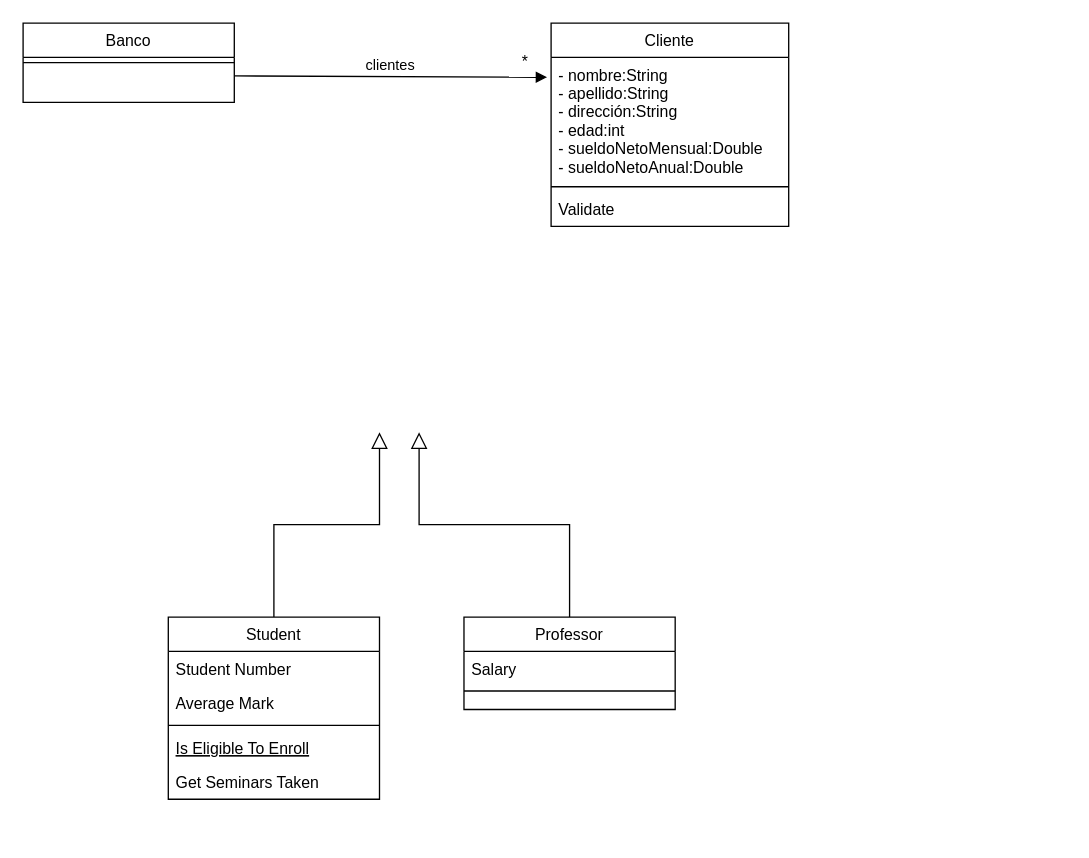
This is unq-po2-tp6-bancoYPrestamos.drawio from nhubczyk/Diagramas-UML, a draw.io file, before an edit. Source tidied: cells renumbered, new cells numbered last; positions are measured from the earlier drawing's top-left corner, leaving out a move shared by most shapes. Both pictures are drawn from the tidied source at 132%, with x=0, y=0 at pixel (22, 22).
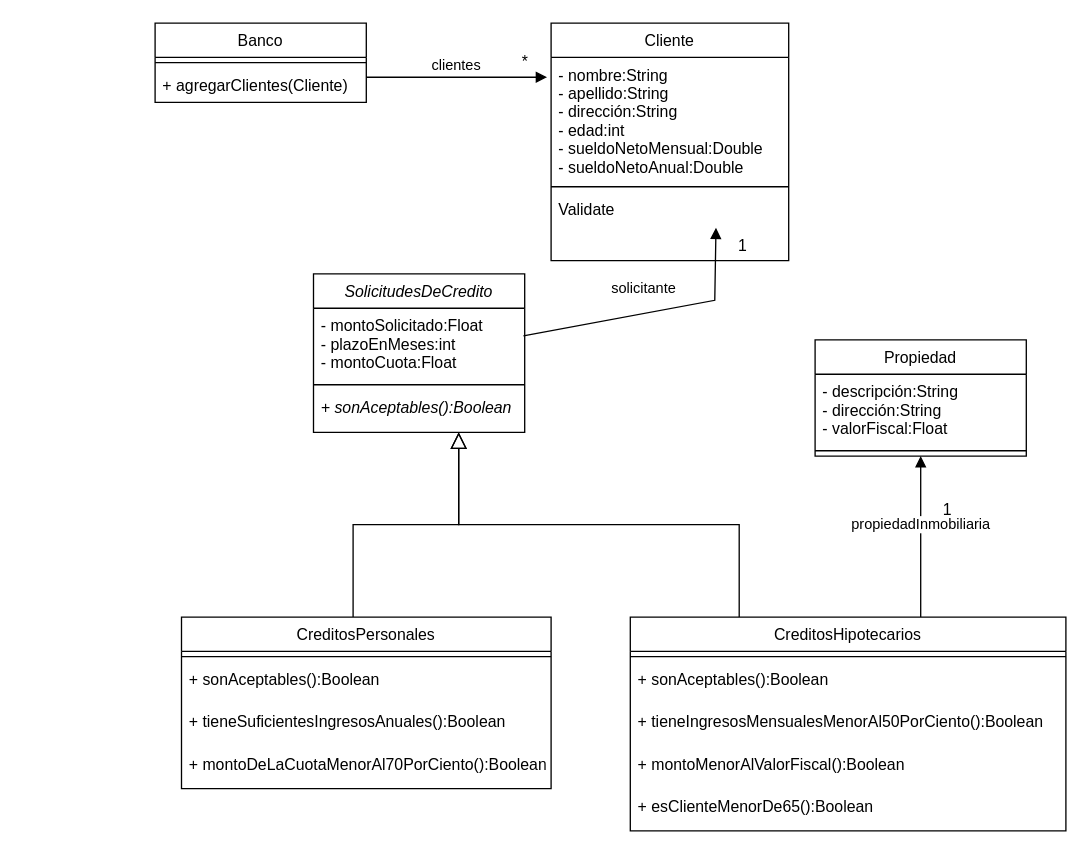
Above is the later version.

The change refers to these unchanged cells:
```xml
<mxCell id="16" value="- nombre:String&#10;- apellido:String&#10;- dirección:String&#10;- edad:int&#10;- sueldoNetoMensual:Double&#10;- sueldoNetoAnual:Double" style="text;align=left;verticalAlign=top;spacingLeft=4;spacingRight=4;overflow=hidden;points=[[0,0.5],[1,0.5]];portConstraint=eastwest;" parent="15" vertex="1">
  <mxGeometry y="26" width="180" height="94" as="geometry" />
</mxCell>
<mxCell id="18" value="Validate" style="text;align=left;verticalAlign=top;spacingLeft=4;spacingRight=4;overflow=hidden;points=[[0,0.5],[1,0.5]];portConstraint=eastwest;" parent="15" vertex="1">
  <mxGeometry y="128" width="180" height="26" as="geometry" />
</mxCell>
```

Change to the diagram source:
```diff
@@
     <mxCell id="2" value="Banco" style="swimlane;fontStyle=0;align=center;verticalAlign=top;horizontal=1;startSize=26;rounded=0;shadow=0;strokeWidth=1;" parent="1" vertex="1">
-      <mxGeometry width="160" height="60" as="geometry" />
+      <mxGeometry x="100" width="160" height="60" as="geometry" />
     </mxCell>
@@
-    <mxCell id="4" value="Student" style="swimlane;fontStyle=0;align=center;verticalAlign=top;horizontal=1;startSize=26;rounded=0;shadow=0;strokeWidth=1;" parent="1" vertex="1">
-      <mxGeometry x="110" y="450" width="160" height="138" as="geometry" />
-    </mxCell>
-    <mxCell id="5" value="Student Number" style="text;align=left;verticalAlign=top;spacingLeft=4;spacingRight=4;overflow=hidden;" parent="4" vertex="1">
-      <mxGeometry y="26" width="160" height="26" as="geometry" />
-    </mxCell>
-    <mxCell id="6" value="Average Mark" style="text;align=left;verticalAlign=top;spacingLeft=4;spacingRight=4;overflow=hidden;rounded=0;shadow=0;html=0;" parent="4" vertex="1">
-      <mxGeometry y="52" width="160" height="26" as="geometry" />
-    </mxCell>
-    <mxCell id="7" style="line;html=1;strokeWidth=1;align=left;verticalAlign=middle;spacingTop=-1;spacingLeft=3;spacingRight=3;labelPosition=right;" parent="4" vertex="1">
-      <mxGeometry y="78" width="160" height="8" as="geometry" />
-    </mxCell>
-    <mxCell id="8" value="Is Eligible To Enroll" style="text;align=left;verticalAlign=top;spacingLeft=4;spacingRight=4;overflow=hidden;fontStyle=4;" parent="4" vertex="1">
-      <mxGeometry y="86" width="160" height="26" as="geometry" />
-    </mxCell>
-    <mxCell id="9" value="Get Seminars Taken" style="text;align=left;verticalAlign=top;spacingLeft=4;spacingRight=4;overflow=hidden;" parent="4" vertex="1">
-      <mxGeometry y="112" width="160" height="26" as="geometry" />
-    </mxCell>
+    <mxCell id="21" value="+ agregarClientes(Cliente)" style="text;align=left;verticalAlign=top;spacingLeft=4;spacingRight=4;overflow=hidden;" parent="2" vertex="1">
+      <mxGeometry y="34" width="160" height="26" as="geometry" />
+    </mxCell>
-    <mxCell id="10" style="endArrow=block;endSize=10;endFill=0;shadow=0;strokeWidth=1;rounded=0;edgeStyle=elbowEdgeStyle;elbow=vertical;" parent="1" edge="1" source="4">
+    <mxCell id="10" style="endArrow=block;endSize=10;endFill=0;shadow=0;strokeWidth=1;rounded=0;edgeStyle=elbowEdgeStyle;elbow=vertical;" parent="1" edge="1">
       <mxGeometry relative="1" as="geometry">
-        <mxPoint x="270" y="310" as="targetPoint" />
+        <mxPoint x="250" y="450" as="sourcePoint" />
+        <mxPoint x="330" y="310" as="targetPoint" />
       </mxGeometry>
     </mxCell>
-    <mxCell id="11" value="Professor" style="swimlane;fontStyle=0;align=center;verticalAlign=top;horizontal=1;startSize=26;rounded=0;shadow=0;strokeWidth=1;" parent="1" vertex="1">
-      <mxGeometry x="334" y="450" width="160" height="70" as="geometry" />
-    </mxCell>
-    <mxCell id="12" value="Salary" style="text;align=left;verticalAlign=top;spacingLeft=4;spacingRight=4;overflow=hidden;" parent="11" vertex="1">
-      <mxGeometry y="26" width="160" height="26" as="geometry" />
-    </mxCell>
-    <mxCell id="13" style="line;html=1;strokeWidth=1;align=left;verticalAlign=middle;spacingTop=-1;spacingLeft=3;spacingRight=3;labelPosition=right;" parent="11" vertex="1">
-      <mxGeometry y="52" width="160" height="8" as="geometry" />
-    </mxCell>
-    <mxCell id="14" style="endArrow=block;endSize=10;endFill=0;shadow=0;strokeWidth=1;rounded=0;edgeStyle=elbowEdgeStyle;elbow=vertical;" parent="1" edge="1" source="11">
+    <mxCell id="14" style="endArrow=block;endSize=10;endFill=0;shadow=0;strokeWidth=1;rounded=0;edgeStyle=elbowEdgeStyle;elbow=vertical;exitX=0.25;exitY=0;exitDx=0;exitDy=0;" parent="1" edge="1" source="31">
       <mxGeometry relative="1" as="geometry">
-        <mxPoint x="300" y="310" as="targetPoint" />
+        <mxPoint x="330" y="310" as="targetPoint" />
+        <Array as="points">
+          <mxPoint x="460" y="380" />
+        </Array>
       </mxGeometry>
     </mxCell>
     <mxCell id="15" value="Cliente" style="swimlane;fontStyle=0;align=center;verticalAlign=top;horizontal=1;startSize=26;rounded=0;shadow=0;strokeWidth=1;" parent="1" vertex="1">
-      <mxGeometry x="400" width="180" height="154" as="geometry" />
+      <mxGeometry x="400" width="180" height="180" as="geometry" />
     </mxCell>
@@
     <mxCell id="19" value="clientes" style="html=1;verticalAlign=bottom;endArrow=block;rounded=0;entryX=-0.017;entryY=0.16;entryDx=0;entryDy=0;entryPerimeter=0;" parent="1" edge="1" target="16">
       <mxGeometry relative="1" as="geometry">
-        <mxPoint x="160" y="40" as="sourcePoint" />
+        <mxPoint x="260" y="41" as="sourcePoint" />
       </mxGeometry>
     </mxCell>
@@
+    <mxCell id="22" value="SolicitudesDeCredito" style="swimlane;fontStyle=2;align=center;verticalAlign=top;horizontal=1;startSize=26;" parent="1" vertex="1">
+      <mxGeometry x="220" y="190" width="160" height="120" as="geometry" />
+    </mxCell>
+    <mxCell id="23" value="- montoSolicitado:Float&#10;- plazoEnMeses:int&#10;- montoCuota:Float&#10;" style="text;strokeColor=none;fillColor=none;align=left;verticalAlign=top;spacingLeft=4;spacingRight=4;overflow=hidden;points=[[0,0.5],[1,0.5]];portConstraint=eastwest;" parent="22" vertex="1">
+      <mxGeometry y="26" width="160" height="54" as="geometry" />
+    </mxCell>
+    <mxCell id="24" style="line;strokeWidth=1;fillColor=none;align=left;verticalAlign=middle;spacingTop=-1;spacingLeft=3;spacingRight=3;labelPosition=right;strokeColor=inherit;" parent="22" vertex="1">
+      <mxGeometry y="80" width="160" height="8" as="geometry" />
+    </mxCell>
+    <mxCell id="25" value="+ sonAceptables():Boolean" style="text;strokeColor=none;fillColor=none;align=left;verticalAlign=top;spacingLeft=4;spacingRight=4;overflow=hidden;fontStyle=2;" parent="22" vertex="1">
+      <mxGeometry y="88" width="160" height="32" as="geometry" />
+    </mxCell>
+    <mxCell id="26" value="CreditosPersonales" style="swimlane;fontStyle=0;align=center;verticalAlign=top;horizontal=1;startSize=26;" parent="1" vertex="1">
+      <mxGeometry x="120" y="450" width="280" height="130" as="geometry" />
+    </mxCell>
+    <mxCell id="27" style="line;strokeWidth=1;fillColor=none;align=left;verticalAlign=middle;spacingTop=-1;spacingLeft=3;spacingRight=3;labelPosition=right;strokeColor=inherit;" parent="26" vertex="1">
+      <mxGeometry y="26" width="280" height="8" as="geometry" />
+    </mxCell>
+    <mxCell id="28" value="+ sonAceptables():Boolean" style="text;strokeColor=none;fillColor=none;align=left;verticalAlign=top;spacingLeft=4;spacingRight=4;overflow=hidden;fontStyle=0;" parent="26" vertex="1">
+      <mxGeometry y="34" width="280" height="32" as="geometry" />
+    </mxCell>
+    <mxCell id="29" value="+ tieneSuficientesIngresosAnuales():Boolean&#10;" style="text;strokeColor=none;fillColor=none;align=left;verticalAlign=top;spacingLeft=4;spacingRight=4;overflow=hidden;fontStyle=0;" parent="26" vertex="1">
+      <mxGeometry y="66" width="280" height="32" as="geometry" />
+    </mxCell>
+    <mxCell id="30" value="+ montoDeLaCuotaMenorAl70PorCiento():Boolean" style="text;strokeColor=none;fillColor=none;align=left;verticalAlign=top;spacingLeft=4;spacingRight=4;overflow=hidden;fontStyle=0;" parent="26" vertex="1">
+      <mxGeometry y="98" width="280" height="32" as="geometry" />
+    </mxCell>
+    <mxCell id="31" value="CreditosHipotecarios" style="swimlane;fontStyle=0;align=center;verticalAlign=top;horizontal=1;startSize=26;" parent="1" vertex="1">
+      <mxGeometry x="460" y="450" width="330" height="162" as="geometry" />
+    </mxCell>
+    <mxCell id="32" style="line;strokeWidth=1;fillColor=none;align=left;verticalAlign=middle;spacingTop=-1;spacingLeft=3;spacingRight=3;labelPosition=right;strokeColor=inherit;" parent="31" vertex="1">
+      <mxGeometry y="26" width="330" height="8" as="geometry" />
+    </mxCell>
+    <mxCell id="33" value="+ sonAceptables():Boolean" style="text;strokeColor=none;fillColor=none;align=left;verticalAlign=top;spacingLeft=4;spacingRight=4;overflow=hidden;fontStyle=0;" parent="31" vertex="1">
+      <mxGeometry y="34" width="330" height="32" as="geometry" />
+    </mxCell>
+    <mxCell id="34" value="+ tieneIngresosMensualesMenorAl50PorCiento():Boolean" style="text;strokeColor=none;fillColor=none;align=left;verticalAlign=top;spacingLeft=4;spacingRight=4;overflow=hidden;fontStyle=0;" parent="31" vertex="1">
+      <mxGeometry y="66" width="330" height="32" as="geometry" />
+    </mxCell>
+    <mxCell id="35" value="+ montoMenorAlValorFiscal():Boolean" style="text;strokeColor=none;fillColor=none;align=left;verticalAlign=top;spacingLeft=4;spacingRight=4;overflow=hidden;fontStyle=0;" parent="31" vertex="1">
+      <mxGeometry y="98" width="330" height="32" as="geometry" />
+    </mxCell>
+    <mxCell id="36" value="+ esClienteMenorDe65():Boolean" style="text;strokeColor=none;fillColor=none;align=left;verticalAlign=top;spacingLeft=4;spacingRight=4;overflow=hidden;fontStyle=0;" parent="31" vertex="1">
+      <mxGeometry y="130" width="330" height="32" as="geometry" />
+    </mxCell>
+    <mxCell id="37" value="solicitante" style="html=1;verticalAlign=bottom;endArrow=block;rounded=0;entryX=0.694;entryY=1.038;entryDx=0;entryDy=0;entryPerimeter=0;exitX=0.994;exitY=0.389;exitDx=0;exitDy=0;exitPerimeter=0;" parent="1" edge="1" source="23" target="18">
+      <mxGeometry x="-0.07" y="10" relative="1" as="geometry">
+        <Array as="points">
+          <mxPoint x="524" y="210" />
+        </Array>
+      </mxGeometry>
+    </mxCell>
+    <mxCell id="38" value="1" style="text;html=1;align=center;verticalAlign=middle;strokeColor=none;fillColor=none;" parent="1" vertex="1">
+      <mxGeometry x="530" y="154" width="30" height="30" as="geometry" />
+    </mxCell>
+    <mxCell id="39" value="Propiedad" style="swimlane;fontStyle=0;align=center;verticalAlign=top;horizontal=1;startSize=26;" parent="1" vertex="1">
+      <mxGeometry x="600" y="240" width="160" height="88" as="geometry" />
+    </mxCell>
+    <mxCell id="40" value="- descripción:String&#10;- dirección:String&#10;- valorFiscal:Float" style="text;strokeColor=none;fillColor=none;align=left;verticalAlign=top;spacingLeft=4;spacingRight=4;overflow=hidden;" parent="39" vertex="1">
+      <mxGeometry y="26" width="160" height="54" as="geometry" />
+    </mxCell>
+    <mxCell id="41" style="line;strokeWidth=1;fillColor=none;align=left;verticalAlign=middle;spacingTop=-1;spacingLeft=3;spacingRight=3;labelPosition=right;strokeColor=inherit;" parent="39" vertex="1">
+      <mxGeometry y="80" width="160" height="8" as="geometry" />
+    </mxCell>
+    <mxCell id="42" value="propiedadInmobiliaria" style="html=1;verticalAlign=bottom;endArrow=block;rounded=0;entryX=0.5;entryY=1;entryDx=0;entryDy=0;" parent="1" edge="1" target="39">
+      <mxGeometry relative="1" as="geometry">
+        <mxPoint x="680" y="450" as="sourcePoint" />
+      </mxGeometry>
+    </mxCell>
+    <mxCell id="43" value="1" style="text;html=1;align=center;verticalAlign=middle;strokeColor=none;fillColor=none;" parent="1" vertex="1">
+      <mxGeometry x="685" y="354" width="30" height="30" as="geometry" />
+    </mxCell>
```
